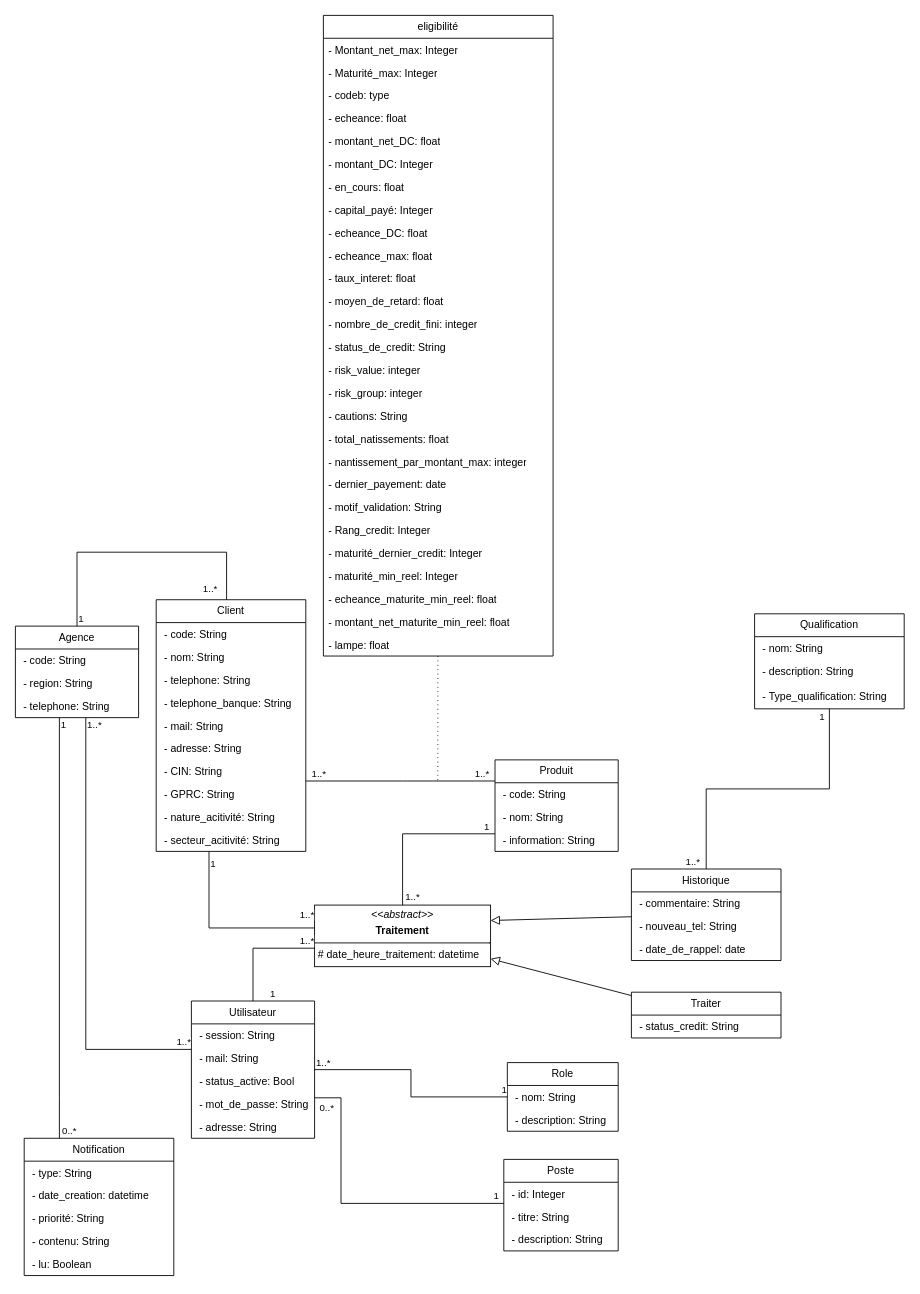
Above: diagram.drawio in 34arsonEddy/ABM (draw.io), before the change. Source tidied: cells renumbered, new cells numbered last; positions are measured from the earlier drawing's top-left corner, leaving out a move shared by most shapes. Both pictures are drawn from the tidied source at 88%, with x=0, y=0 at pixel (15, 15).
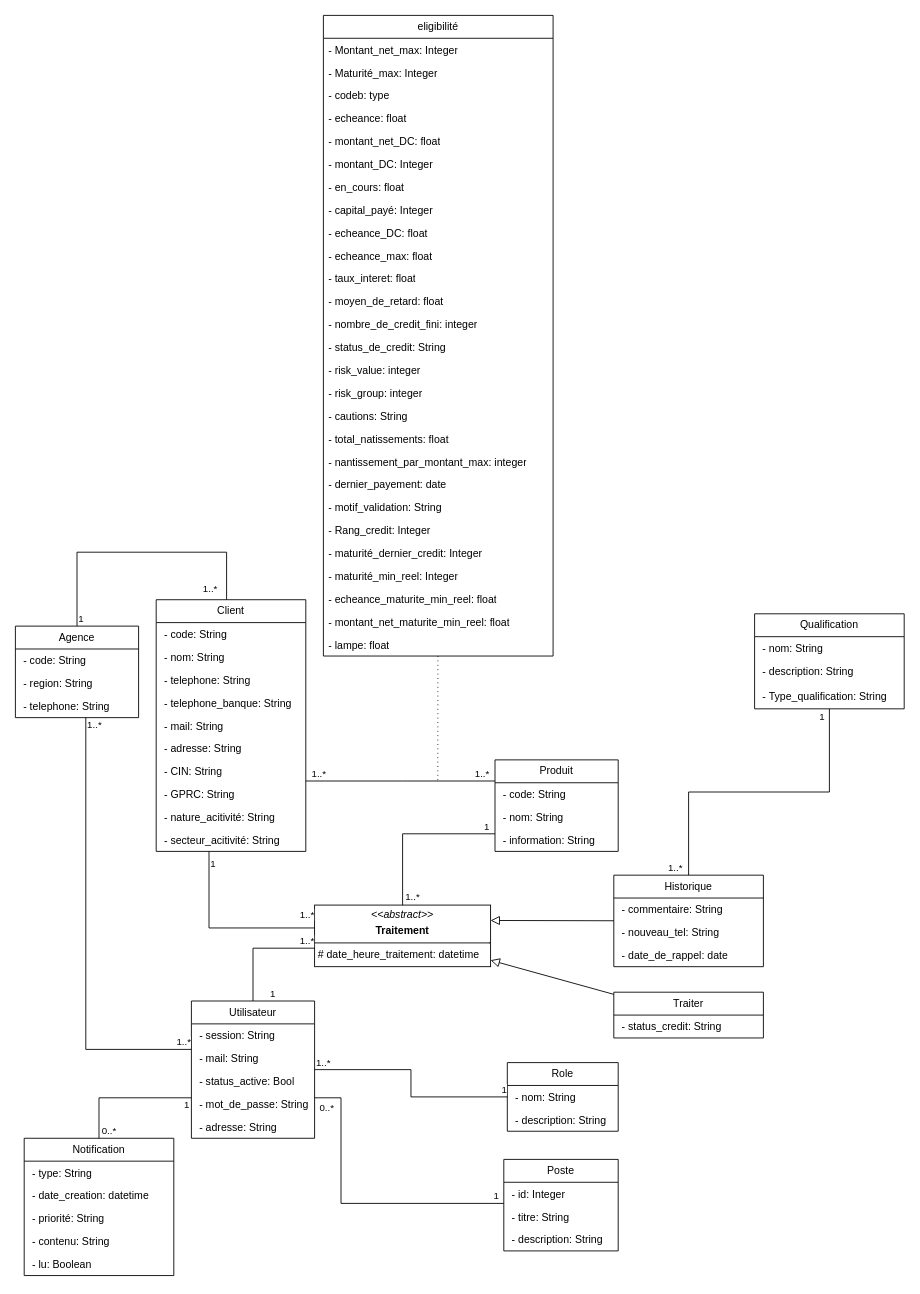
Above is the later version.

Commit message:
Mettre à jour diagram.drawio

Unchanged cells that the change refers to:
```xml
<mxCell id="17" value="Agence" style="swimlane;fontStyle=0;horizontal=1;startSize=26;fillColor=none;whiteSpace=wrap;html=1;" parent="1" vertex="1">
  <mxGeometry y="694" width="140" height="104" as="geometry" />
</mxCell>
<mxCell id="21" value="Utilisateur" style="swimlane;fontStyle=0;horizontal=1;startSize=26;fillColor=none;whiteSpace=wrap;html=1;" parent="1" vertex="1">
  <mxGeometry x="200" y="1120" width="140" height="156" as="geometry" />
</mxCell>
<mxCell id="105" value="Notification" style="swimlane;fontStyle=0;horizontal=1;startSize=26;fillColor=none;whiteSpace=wrap;html=1;" parent="1" vertex="1">
  <mxGeometry x="10" y="1276" width="170" height="156" as="geometry" />
</mxCell>
```

Change to the diagram source:
```diff
@@
     <mxCell id="85" value="Historique" style="swimlane;fontStyle=0;horizontal=1;startSize=26;fillColor=none;whiteSpace=wrap;html=1;" parent="1" vertex="1">
-      <mxGeometry x="700" y="970" width="170" height="104" as="geometry" />
+      <mxGeometry x="680" y="977" width="170" height="104" as="geometry" />
     </mxCell>
@@
     <mxCell id="89" value="Traiter" style="swimlane;fontStyle=0;horizontal=1;startSize=26;fillColor=none;whiteSpace=wrap;html=1;shadow=0;" parent="1" vertex="1">
-      <mxGeometry x="700" y="1110" width="170" height="52" as="geometry" />
+      <mxGeometry x="680" y="1110" width="170" height="52" as="geometry" />
     </mxCell>
@@
-    <mxCell id="111" style="endArrow=none;html=1;edgeStyle=orthogonalEdgeStyle;rounded=0;" parent="1" edge="1" source="17" target="105">
+    <mxCell id="111" style="endArrow=none;html=1;edgeStyle=orthogonalEdgeStyle;rounded=0;" parent="1" edge="1" source="21" target="105">
       <mxGeometry relative="1" as="geometry">
         <Array as="points">
-          <mxPoint x="50" y="1230" />
-          <mxPoint x="50" y="1230" />
+          <mxPoint x="95" y="1230" />
         </Array>
       </mxGeometry>
     </mxCell>
     <mxCell id="112" value="1" style="edgeLabel;html=1;align=left;verticalAlign=bottom;" parent="111" vertex="1">
       <mxGeometry x="-1" relative="1" as="geometry">
-        <mxPoint y="16" as="offset" />
+        <mxPoint x="-10" y="16" as="offset" />
       </mxGeometry>
     </mxCell>
```
